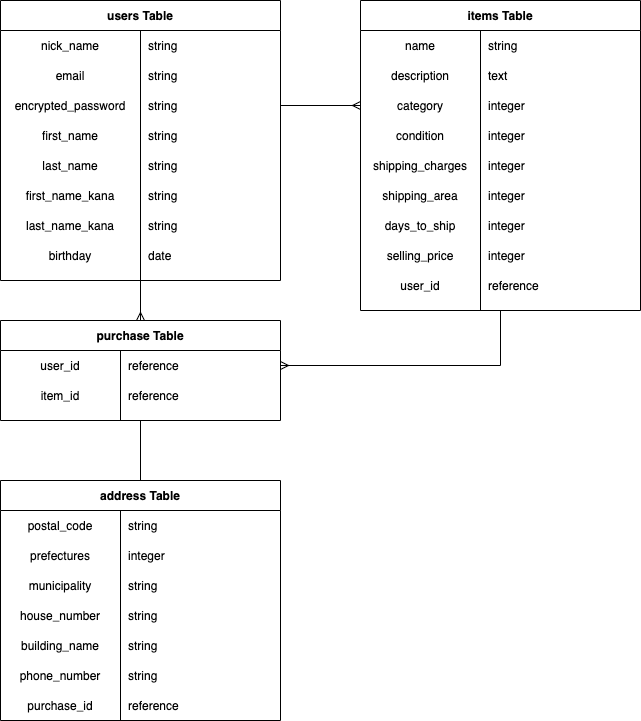
ikedayukinari/furima-32025 keeps this draw.io diagram as furima.drawio.png. Above is the earlier version. Source tidied: cells renumbered, new cells last; positions are measured from the earlier drawing's top-left corner, leaving out a move shared by most shapes. The source it was exported from:
```xml
<mxGraphModel>
  <root>
    <mxCell id="0" />
    <mxCell id="1" parent="0" />
    <mxCell id="2" style="edgeStyle=orthogonalEdgeStyle;rounded=0;jettySize=auto;html=1;exitX=0.5;exitY=1;exitDx=0;exitDy=0;entryX=0.5;entryY=0;entryDx=0;entryDy=0;endArrow=ERmany;endFill=0;" parent="1" edge="1" source="3" target="29">
      <mxGeometry relative="1" as="geometry" />
    </mxCell>
    <mxCell id="3" value="users Table" style="shape=table;startSize=30;rowLines=0;fontStyle=1;align=center;" parent="1" vertex="1">
      <mxGeometry width="280" height="280" as="geometry" />
    </mxCell>
    <mxCell id="4" style="shape=partialRectangle;fillColor=none;top=0;left=0;bottom=0;right=0;" parent="3" vertex="1">
      <mxGeometry y="30" width="280" height="30" as="geometry" />
    </mxCell>
    <mxCell id="5" value="nick_name" style="shape=partialRectangle;fillColor=none;top=0;left=0;bottom=0;right=0;overflow=hidden;" parent="4" vertex="1">
      <mxGeometry width="140" height="30" as="geometry" />
    </mxCell>
    <mxCell id="6" value="string" style="shape=partialRectangle;fillColor=none;top=0;left=0;bottom=0;right=0;align=left;spacingLeft=6;overflow=hidden;" parent="4" vertex="1">
      <mxGeometry x="140" width="140" height="30" as="geometry" />
    </mxCell>
    <mxCell id="7" style="shape=partialRectangle;fillColor=none;top=0;left=0;bottom=0;right=0;" parent="3" vertex="1">
      <mxGeometry y="60" width="280" height="30" as="geometry" />
    </mxCell>
    <mxCell id="8" value="email" style="shape=partialRectangle;fillColor=none;top=0;left=0;bottom=0;right=0;overflow=hidden;" parent="7" vertex="1">
      <mxGeometry width="140" height="30" as="geometry" />
    </mxCell>
    <mxCell id="9" value="string" style="shape=partialRectangle;fillColor=none;top=0;left=0;bottom=0;right=0;align=left;spacingLeft=6;overflow=hidden;" parent="7" vertex="1">
      <mxGeometry x="140" width="140" height="30" as="geometry" />
    </mxCell>
    <mxCell id="10" style="shape=partialRectangle;fillColor=none;top=0;left=0;bottom=0;right=0;points=[[0,0.5],[1,0.5]];portConstraint=eastwest;" parent="3" vertex="1">
      <mxGeometry y="90" width="280" height="30" as="geometry" />
    </mxCell>
    <mxCell id="11" value="encrypted_password" style="shape=partialRectangle;fillColor=none;top=0;left=0;bottom=0;right=0;overflow=hidden;" parent="10" vertex="1">
      <mxGeometry width="140" height="30" as="geometry" />
    </mxCell>
    <mxCell id="12" value="string" style="shape=partialRectangle;fillColor=none;top=0;left=0;bottom=0;right=0;align=left;spacingLeft=6;overflow=hidden;" parent="10" vertex="1">
      <mxGeometry x="140" width="140" height="30" as="geometry" />
    </mxCell>
    <mxCell id="13" style="shape=partialRectangle;fillColor=none;top=0;left=0;bottom=0;right=0;" parent="3" vertex="1">
      <mxGeometry y="120" width="280" height="30" as="geometry" />
    </mxCell>
    <mxCell id="14" value="first_name" style="shape=partialRectangle;fillColor=none;top=0;left=0;bottom=0;right=0;overflow=hidden;" parent="13" vertex="1">
      <mxGeometry width="140" height="30" as="geometry" />
    </mxCell>
    <mxCell id="15" value="string" style="shape=partialRectangle;fillColor=none;top=0;left=0;bottom=0;right=0;align=left;spacingLeft=6;overflow=hidden;" parent="13" vertex="1">
      <mxGeometry x="140" width="140" height="30" as="geometry" />
    </mxCell>
    <mxCell id="16" style="shape=partialRectangle;fillColor=none;top=0;left=0;bottom=0;right=0;" parent="3" vertex="1">
      <mxGeometry y="150" width="280" height="30" as="geometry" />
    </mxCell>
    <mxCell id="17" value="last_name" style="shape=partialRectangle;fillColor=none;top=0;left=0;bottom=0;right=0;overflow=hidden;" parent="16" vertex="1">
      <mxGeometry width="140" height="30" as="geometry" />
    </mxCell>
    <mxCell id="18" value="string" style="shape=partialRectangle;fillColor=none;top=0;left=0;bottom=0;right=0;align=left;spacingLeft=6;overflow=hidden;" parent="16" vertex="1">
      <mxGeometry x="140" width="140" height="30" as="geometry" />
    </mxCell>
    <mxCell id="19" style="shape=partialRectangle;fillColor=none;top=0;left=0;bottom=0;right=0;" parent="3" vertex="1">
      <mxGeometry y="180" width="280" height="30" as="geometry" />
    </mxCell>
    <mxCell id="20" value="first_name_kana" style="shape=partialRectangle;fillColor=none;top=0;left=0;bottom=0;right=0;overflow=hidden;" parent="19" vertex="1">
      <mxGeometry width="140" height="30" as="geometry" />
    </mxCell>
    <mxCell id="21" value="string" style="shape=partialRectangle;fillColor=none;top=0;left=0;bottom=0;right=0;align=left;spacingLeft=6;overflow=hidden;" parent="19" vertex="1">
      <mxGeometry x="140" width="140" height="30" as="geometry" />
    </mxCell>
    <mxCell id="22" style="shape=partialRectangle;fillColor=none;top=0;left=0;bottom=0;right=0;" parent="3" vertex="1">
      <mxGeometry y="210" width="280" height="30" as="geometry" />
    </mxCell>
    <mxCell id="23" value="last_name_kana" style="shape=partialRectangle;fillColor=none;top=0;left=0;bottom=0;right=0;overflow=hidden;" parent="22" vertex="1">
      <mxGeometry width="140" height="30" as="geometry" />
    </mxCell>
    <mxCell id="24" value="string" style="shape=partialRectangle;fillColor=none;top=0;left=0;bottom=0;right=0;align=left;spacingLeft=6;overflow=hidden;" parent="22" vertex="1">
      <mxGeometry x="140" width="140" height="30" as="geometry" />
    </mxCell>
    <mxCell id="25" style="shape=partialRectangle;fillColor=none;top=0;left=0;bottom=0;right=0;" parent="3" vertex="1">
      <mxGeometry y="240" width="280" height="30" as="geometry" />
    </mxCell>
    <mxCell id="26" value="birthday" style="shape=partialRectangle;fillColor=none;top=0;left=0;bottom=0;right=0;overflow=hidden;" parent="25" vertex="1">
      <mxGeometry width="140" height="30" as="geometry" />
    </mxCell>
    <mxCell id="27" value="date" style="shape=partialRectangle;fillColor=none;top=0;left=0;bottom=0;right=0;align=left;spacingLeft=6;overflow=hidden;" parent="25" vertex="1">
      <mxGeometry x="140" width="140" height="30" as="geometry" />
    </mxCell>
    <mxCell id="28" style="edgeStyle=orthogonalEdgeStyle;rounded=0;jettySize=auto;html=1;exitX=0.5;exitY=1;exitDx=0;exitDy=0;entryX=0.5;entryY=0;entryDx=0;entryDy=0;endArrow=none;endFill=0;" parent="1" edge="1" source="29" target="66">
      <mxGeometry relative="1" as="geometry" />
    </mxCell>
    <mxCell id="29" value="purchase Table" style="shape=table;startSize=30;rowLines=0;fontStyle=1;align=center;" parent="1" vertex="1">
      <mxGeometry y="320" width="280" height="100" as="geometry" />
    </mxCell>
    <mxCell id="30" style="shape=partialRectangle;fillColor=none;top=0;left=0;bottom=0;right=0;points=[[0,0.5],[1,0.5]];portConstraint=eastwest;" parent="29" vertex="1">
      <mxGeometry y="30" width="280" height="30" as="geometry" />
    </mxCell>
    <mxCell id="31" value="user_id" style="shape=partialRectangle;fillColor=none;top=0;left=0;bottom=0;right=0;overflow=hidden;" parent="30" vertex="1">
      <mxGeometry width="120" height="30" as="geometry" />
    </mxCell>
    <mxCell id="32" value="reference" style="shape=partialRectangle;fillColor=none;top=0;left=0;bottom=0;right=0;align=left;spacingLeft=6;overflow=hidden;" parent="30" vertex="1">
      <mxGeometry x="120" width="160" height="30" as="geometry" />
    </mxCell>
    <mxCell id="33" style="shape=partialRectangle;fillColor=none;top=0;left=0;bottom=0;right=0;" parent="29" vertex="1">
      <mxGeometry y="60" width="280" height="30" as="geometry" />
    </mxCell>
    <mxCell id="34" value="item_id" style="shape=partialRectangle;fillColor=none;top=0;left=0;bottom=0;right=0;overflow=hidden;" parent="33" vertex="1">
      <mxGeometry width="120" height="30" as="geometry" />
    </mxCell>
    <mxCell id="35" value="reference" style="shape=partialRectangle;fillColor=none;top=0;left=0;bottom=0;right=0;align=left;spacingLeft=6;overflow=hidden;" parent="33" vertex="1">
      <mxGeometry x="120" width="160" height="30" as="geometry" />
    </mxCell>
    <mxCell id="36" style="edgeStyle=orthogonalEdgeStyle;rounded=0;jettySize=auto;html=1;exitX=1;exitY=0.5;exitDx=0;exitDy=0;entryX=0;entryY=0.5;entryDx=0;entryDy=0;endArrow=ERmany;endFill=0;" parent="1" edge="1" source="10" target="45">
      <mxGeometry relative="1" as="geometry" />
    </mxCell>
    <mxCell id="37" style="edgeStyle=orthogonalEdgeStyle;rounded=0;jettySize=auto;html=1;exitX=0.5;exitY=1;exitDx=0;exitDy=0;entryX=1;entryY=0.5;entryDx=0;entryDy=0;endArrow=ERmany;endFill=0;" parent="1" edge="1" source="38" target="30">
      <mxGeometry relative="1" as="geometry" />
    </mxCell>
    <mxCell id="38" value="items Table" style="shape=table;startSize=30;rowLines=0;fontStyle=1;align=center;" parent="1" vertex="1">
      <mxGeometry x="360" width="280" height="310" as="geometry" />
    </mxCell>
    <mxCell id="39" style="shape=partialRectangle;fillColor=none;top=0;left=0;bottom=0;right=0;" parent="38" vertex="1">
      <mxGeometry y="30" width="280" height="30" as="geometry" />
    </mxCell>
    <mxCell id="40" value="name" style="shape=partialRectangle;fillColor=none;top=0;left=0;bottom=0;right=0;overflow=hidden;" parent="39" vertex="1">
      <mxGeometry width="120" height="30" as="geometry" />
    </mxCell>
    <mxCell id="41" value="string" style="shape=partialRectangle;fillColor=none;top=0;left=0;bottom=0;right=0;align=left;spacingLeft=6;overflow=hidden;" parent="39" vertex="1">
      <mxGeometry x="120" width="160" height="30" as="geometry" />
    </mxCell>
    <mxCell id="42" style="shape=partialRectangle;fillColor=none;top=0;left=0;bottom=0;right=0;" parent="38" vertex="1">
      <mxGeometry y="60" width="280" height="30" as="geometry" />
    </mxCell>
    <mxCell id="43" value="description" style="shape=partialRectangle;fillColor=none;top=0;left=0;bottom=0;right=0;overflow=hidden;" parent="42" vertex="1">
      <mxGeometry width="120" height="30" as="geometry" />
    </mxCell>
    <mxCell id="44" value="text" style="shape=partialRectangle;fillColor=none;top=0;left=0;bottom=0;right=0;align=left;spacingLeft=6;overflow=hidden;" parent="42" vertex="1">
      <mxGeometry x="120" width="160" height="30" as="geometry" />
    </mxCell>
    <mxCell id="45" style="shape=partialRectangle;fillColor=none;top=0;left=0;bottom=0;right=0;points=[[0,0.5],[1,0.5]];portConstraint=eastwest;" parent="38" vertex="1">
      <mxGeometry y="90" width="280" height="30" as="geometry" />
    </mxCell>
    <mxCell id="46" value="category" style="shape=partialRectangle;fillColor=none;top=0;left=0;bottom=0;right=0;overflow=hidden;" parent="45" vertex="1">
      <mxGeometry width="120" height="30" as="geometry" />
    </mxCell>
    <mxCell id="47" value="integer" style="shape=partialRectangle;fillColor=none;top=0;left=0;bottom=0;right=0;align=left;spacingLeft=6;overflow=hidden;" parent="45" vertex="1">
      <mxGeometry x="120" width="160" height="30" as="geometry" />
    </mxCell>
    <mxCell id="48" style="shape=partialRectangle;fillColor=none;top=0;left=0;bottom=0;right=0;" parent="38" vertex="1">
      <mxGeometry y="120" width="280" height="30" as="geometry" />
    </mxCell>
    <mxCell id="49" value="condition" style="shape=partialRectangle;fillColor=none;top=0;left=0;bottom=0;right=0;overflow=hidden;" parent="48" vertex="1">
      <mxGeometry width="120" height="30" as="geometry" />
    </mxCell>
    <mxCell id="50" value="integer" style="shape=partialRectangle;fillColor=none;top=0;left=0;bottom=0;right=0;align=left;spacingLeft=6;overflow=hidden;" parent="48" vertex="1">
      <mxGeometry x="120" width="160" height="30" as="geometry" />
    </mxCell>
    <mxCell id="51" style="shape=partialRectangle;fillColor=none;top=0;left=0;bottom=0;right=0;" parent="38" vertex="1">
      <mxGeometry y="150" width="280" height="30" as="geometry" />
    </mxCell>
    <mxCell id="52" value="shipping_charges" style="shape=partialRectangle;fillColor=none;top=0;left=0;bottom=0;right=0;overflow=hidden;" parent="51" vertex="1">
      <mxGeometry width="120" height="30" as="geometry" />
    </mxCell>
    <mxCell id="53" value="integer" style="shape=partialRectangle;fillColor=none;top=0;left=0;bottom=0;right=0;align=left;spacingLeft=6;overflow=hidden;" parent="51" vertex="1">
      <mxGeometry x="120" width="160" height="30" as="geometry" />
    </mxCell>
    <mxCell id="54" style="shape=partialRectangle;fillColor=none;top=0;left=0;bottom=0;right=0;" parent="38" vertex="1">
      <mxGeometry y="180" width="280" height="30" as="geometry" />
    </mxCell>
    <mxCell id="55" value="shipping_area" style="shape=partialRectangle;fillColor=none;top=0;left=0;bottom=0;right=0;overflow=hidden;" parent="54" vertex="1">
      <mxGeometry width="120" height="30" as="geometry" />
    </mxCell>
    <mxCell id="56" value="integer" style="shape=partialRectangle;fillColor=none;top=0;left=0;bottom=0;right=0;align=left;spacingLeft=6;overflow=hidden;" parent="54" vertex="1">
      <mxGeometry x="120" width="160" height="30" as="geometry" />
    </mxCell>
    <mxCell id="57" style="shape=partialRectangle;fillColor=none;top=0;left=0;bottom=0;right=0;" parent="38" vertex="1">
      <mxGeometry y="210" width="280" height="30" as="geometry" />
    </mxCell>
    <mxCell id="58" value="days_to_ship" style="shape=partialRectangle;fillColor=none;top=0;left=0;bottom=0;right=0;overflow=hidden;" parent="57" vertex="1">
      <mxGeometry width="120" height="30" as="geometry" />
    </mxCell>
    <mxCell id="59" value="integer" style="shape=partialRectangle;fillColor=none;top=0;left=0;bottom=0;right=0;align=left;spacingLeft=6;overflow=hidden;" parent="57" vertex="1">
      <mxGeometry x="120" width="160" height="30" as="geometry" />
    </mxCell>
    <mxCell id="60" style="shape=partialRectangle;fillColor=none;top=0;left=0;bottom=0;right=0;" parent="38" vertex="1">
      <mxGeometry y="240" width="280" height="30" as="geometry" />
    </mxCell>
    <mxCell id="61" value="selling_price" style="shape=partialRectangle;fillColor=none;top=0;left=0;bottom=0;right=0;overflow=hidden;" parent="60" vertex="1">
      <mxGeometry width="120" height="30" as="geometry" />
    </mxCell>
    <mxCell id="62" value="integer" style="shape=partialRectangle;fillColor=none;top=0;left=0;bottom=0;right=0;align=left;spacingLeft=6;overflow=hidden;" parent="60" vertex="1">
      <mxGeometry x="120" width="160" height="30" as="geometry" />
    </mxCell>
    <mxCell id="63" style="shape=partialRectangle;fillColor=none;top=0;left=0;bottom=0;right=0;" parent="38" vertex="1">
      <mxGeometry y="270" width="280" height="30" as="geometry" />
    </mxCell>
    <mxCell id="64" value="user_id" style="shape=partialRectangle;fillColor=none;top=0;left=0;bottom=0;right=0;overflow=hidden;" parent="63" vertex="1">
      <mxGeometry width="120" height="30" as="geometry" />
    </mxCell>
    <mxCell id="65" value="reference" style="shape=partialRectangle;fillColor=none;top=0;left=0;bottom=0;right=0;align=left;spacingLeft=6;overflow=hidden;" parent="63" vertex="1">
      <mxGeometry x="120" width="160" height="30" as="geometry" />
    </mxCell>
    <mxCell id="66" value="address Table" style="shape=table;startSize=30;rowLines=0;fontStyle=1;align=center;" parent="1" vertex="1">
      <mxGeometry y="480" width="280" height="240" as="geometry" />
    </mxCell>
    <mxCell id="67" style="shape=partialRectangle;fillColor=none;top=0;left=0;bottom=0;right=0;" parent="66" vertex="1">
      <mxGeometry y="30" width="280" height="30" as="geometry" />
    </mxCell>
    <mxCell id="68" value="postal_code" style="shape=partialRectangle;fillColor=none;top=0;left=0;bottom=0;right=0;overflow=hidden;" parent="67" vertex="1">
      <mxGeometry width="120" height="30" as="geometry" />
    </mxCell>
    <mxCell id="69" value="string" style="shape=partialRectangle;fillColor=none;top=0;left=0;bottom=0;right=0;align=left;spacingLeft=6;overflow=hidden;" parent="67" vertex="1">
      <mxGeometry x="120" width="160" height="30" as="geometry" />
    </mxCell>
    <mxCell id="70" style="shape=partialRectangle;fillColor=none;top=0;left=0;bottom=0;right=0;" parent="66" vertex="1">
      <mxGeometry y="60" width="280" height="30" as="geometry" />
    </mxCell>
    <mxCell id="71" value="prefectures" style="shape=partialRectangle;fillColor=none;top=0;left=0;bottom=0;right=0;overflow=hidden;" parent="70" vertex="1">
      <mxGeometry width="120" height="30" as="geometry" />
    </mxCell>
    <mxCell id="72" value="integer" style="shape=partialRectangle;fillColor=none;top=0;left=0;bottom=0;right=0;align=left;spacingLeft=6;overflow=hidden;" parent="70" vertex="1">
      <mxGeometry x="120" width="160" height="30" as="geometry" />
    </mxCell>
    <mxCell id="73" style="shape=partialRectangle;fillColor=none;top=0;left=0;bottom=0;right=0;" parent="66" vertex="1">
      <mxGeometry y="90" width="280" height="30" as="geometry" />
    </mxCell>
    <mxCell id="74" value="municipality" style="shape=partialRectangle;fillColor=none;top=0;left=0;bottom=0;right=0;overflow=hidden;" parent="73" vertex="1">
      <mxGeometry width="120" height="30" as="geometry" />
    </mxCell>
    <mxCell id="75" value="string" style="shape=partialRectangle;fillColor=none;top=0;left=0;bottom=0;right=0;align=left;spacingLeft=6;overflow=hidden;" parent="73" vertex="1">
      <mxGeometry x="120" width="160" height="30" as="geometry" />
    </mxCell>
    <mxCell id="76" style="shape=partialRectangle;fillColor=none;top=0;left=0;bottom=0;right=0;" parent="66" vertex="1">
      <mxGeometry y="120" width="280" height="30" as="geometry" />
    </mxCell>
    <mxCell id="77" value="house_number" style="shape=partialRectangle;fillColor=none;top=0;left=0;bottom=0;right=0;overflow=hidden;" parent="76" vertex="1">
      <mxGeometry width="120" height="30" as="geometry" />
    </mxCell>
    <mxCell id="78" value="string" style="shape=partialRectangle;fillColor=none;top=0;left=0;bottom=0;right=0;align=left;spacingLeft=6;overflow=hidden;" parent="76" vertex="1">
      <mxGeometry x="120" width="160" height="30" as="geometry" />
    </mxCell>
    <mxCell id="79" style="shape=partialRectangle;fillColor=none;top=0;left=0;bottom=0;right=0;" parent="66" vertex="1">
      <mxGeometry y="150" width="280" height="30" as="geometry" />
    </mxCell>
    <mxCell id="80" value="building_name" style="shape=partialRectangle;fillColor=none;top=0;left=0;bottom=0;right=0;overflow=hidden;" parent="79" vertex="1">
      <mxGeometry width="120" height="30" as="geometry" />
    </mxCell>
    <mxCell id="81" value="string" style="shape=partialRectangle;fillColor=none;top=0;left=0;bottom=0;right=0;align=left;spacingLeft=6;overflow=hidden;" parent="79" vertex="1">
      <mxGeometry x="120" width="160" height="30" as="geometry" />
    </mxCell>
    <mxCell id="82" style="shape=partialRectangle;fillColor=none;top=0;left=0;bottom=0;right=0;" parent="66" vertex="1">
      <mxGeometry y="180" width="280" height="30" as="geometry" />
    </mxCell>
    <mxCell id="83" value="phone_number" style="shape=partialRectangle;fillColor=none;top=0;left=0;bottom=0;right=0;overflow=hidden;" parent="82" vertex="1">
      <mxGeometry width="120" height="30" as="geometry" />
    </mxCell>
    <mxCell id="84" value="string" style="shape=partialRectangle;fillColor=none;top=0;left=0;bottom=0;right=0;align=left;spacingLeft=6;overflow=hidden;" parent="82" vertex="1">
      <mxGeometry x="120" width="160" height="30" as="geometry" />
    </mxCell>
    <mxCell id="85" style="shape=partialRectangle;fillColor=none;top=0;left=0;bottom=0;right=0;" parent="66" vertex="1">
      <mxGeometry y="210" width="280" height="30" as="geometry" />
    </mxCell>
    <mxCell id="86" value="purchase_id" style="shape=partialRectangle;fillColor=none;top=0;left=0;bottom=0;right=0;overflow=hidden;" parent="85" vertex="1">
      <mxGeometry width="120" height="30" as="geometry" />
    </mxCell>
    <mxCell id="87" value="reference" style="shape=partialRectangle;fillColor=none;top=0;left=0;bottom=0;right=0;align=left;spacingLeft=6;overflow=hidden;" parent="85" vertex="1">
      <mxGeometry x="120" width="160" height="30" as="geometry" />
    </mxCell>
  </root>
</mxGraphModel>
```
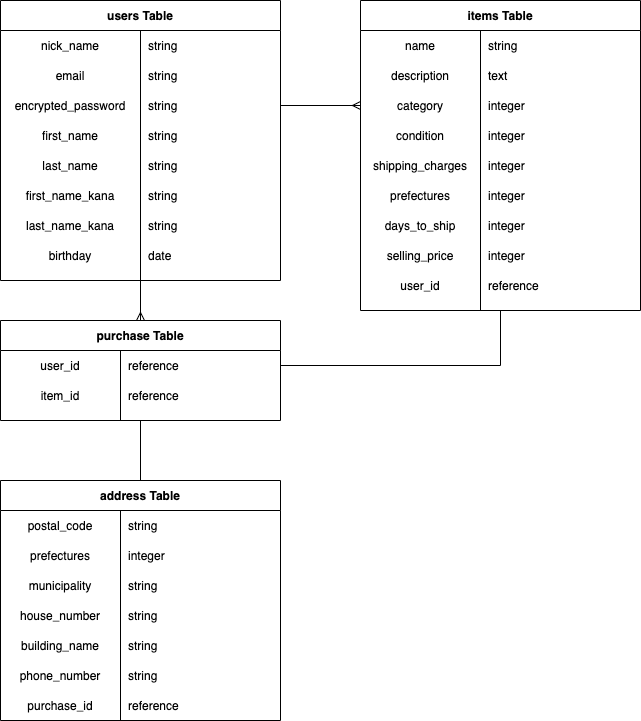
Later version of the same file.

Commit message:
データベース設計 ER図 ,README修正（２度目）

The edit, as a diff of the source:
```diff
@@ -107,7 +107,7 @@
     <mxCell id="36" style="edgeStyle=orthogonalEdgeStyle;rounded=0;jettySize=auto;html=1;exitX=1;exitY=0.5;exitDx=0;exitDy=0;entryX=0;entryY=0.5;entryDx=0;entryDy=0;endArrow=ERmany;endFill=0;" parent="1" edge="1" source="10" target="45">
       <mxGeometry relative="1" as="geometry" />
     </mxCell>
-    <mxCell id="37" style="edgeStyle=orthogonalEdgeStyle;rounded=0;jettySize=auto;html=1;exitX=0.5;exitY=1;exitDx=0;exitDy=0;entryX=1;entryY=0.5;entryDx=0;entryDy=0;endArrow=ERmany;endFill=0;" parent="1" edge="1" source="38" target="30">
+    <mxCell id="37" style="edgeStyle=orthogonalEdgeStyle;rounded=0;jettySize=auto;html=1;exitX=0.5;exitY=1;exitDx=0;exitDy=0;entryX=1;entryY=0.5;entryDx=0;entryDy=0;endArrow=none;endFill=0;" parent="1" edge="1" source="38" target="30">
       <mxGeometry relative="1" as="geometry" />
     </mxCell>
     <mxCell id="38" value="items Table" style="shape=table;startSize=30;rowLines=0;fontStyle=1;align=center;" parent="1" vertex="1">
@@ -161,7 +161,7 @@
     <mxCell id="54" style="shape=partialRectangle;fillColor=none;top=0;left=0;bottom=0;right=0;" parent="38" vertex="1">
       <mxGeometry y="180" width="280" height="30" as="geometry" />
     </mxCell>
-    <mxCell id="55" value="shipping_area" style="shape=partialRectangle;fillColor=none;top=0;left=0;bottom=0;right=0;overflow=hidden;" parent="54" vertex="1">
+    <mxCell id="55" value="prefectures" style="shape=partialRectangle;fillColor=none;top=0;left=0;bottom=0;right=0;overflow=hidden;" parent="54" vertex="1">
       <mxGeometry width="120" height="30" as="geometry" />
     </mxCell>
     <mxCell id="56" value="integer" style="shape=partialRectangle;fillColor=none;top=0;left=0;bottom=0;right=0;align=left;spacingLeft=6;overflow=hidden;" parent="54" vertex="1">
```
